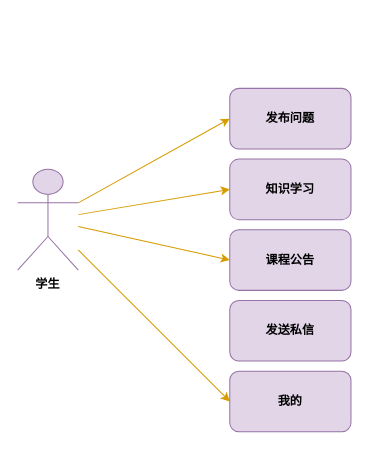
ov0-0vo/1 keeps this draw.io diagram as 学生用例.drawio. Above is the earlier version. Source tidied: cells renumbered, new cells numbered last; positions are measured from the earlier drawing's top-left corner, leaving out a move shared by most shapes. Both pictures are drawn from the tidied source at 101%, with x=0, y=0 at pixel (17, 88).
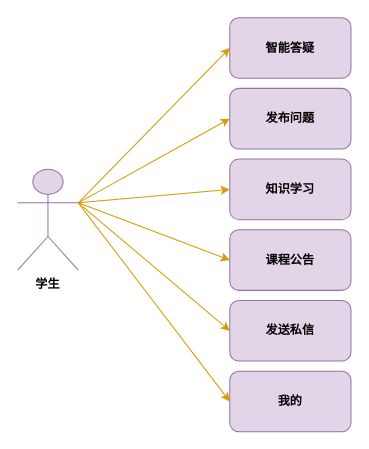
The same page after the edit.

Commit message:
更新学生用例.drawio

What changed in the source:
```diff
@@
 <mxGraphModel>
   <root>
     <mxCell id="0" />
     <mxCell id="1" parent="0" />
     <mxCell id="2" value="发布问题" style="rounded=1;whiteSpace=wrap;html=1;fillColor=#e1d5e7;strokeColor=#9673a6;fontFamily=Times New Roman;fontStyle=1;" parent="1" vertex="1">
       <mxGeometry x="210" width="120" height="60" as="geometry" />
     </mxCell>
     <mxCell id="3" style="rounded=0;jettySize=auto;html=1;entryX=0;entryY=0.5;entryDx=0;entryDy=0;fillColor=#ffe6cc;strokeColor=#D79B00;" parent="1" edge="1" source="7" target="2">
       <mxGeometry relative="1" as="geometry" />
     </mxCell>
-    <mxCell id="4" style="edgeStyle=none;shape=connector;rounded=0;jettySize=auto;html=1;entryX=0;entryY=0.5;entryDx=0;entryDy=0;labelBackgroundColor=default;strokeColor=#d79b00;fontFamily=Helvetica;fontSize=12;fontColor=default;endArrow=classic;fillColor=#ffe6cc;" parent="1" edge="1" source="7" target="8">
+    <mxCell id="4" style="edgeStyle=none;shape=connector;rounded=0;jettySize=auto;html=1;entryX=0;entryY=0.5;entryDx=0;entryDy=0;labelBackgroundColor=default;strokeColor=#d79b00;fontFamily=Helvetica;fontSize=12;fontColor=default;endArrow=classic;fillColor=#ffe6cc;exitX=1;exitY=0.3333333333333333;exitDx=0;exitDy=0;exitPerimeter=0;" parent="1" edge="1" source="7" target="8">
       <mxGeometry relative="1" as="geometry" />
     </mxCell>
-    <mxCell id="5" style="edgeStyle=none;shape=connector;rounded=0;jettySize=auto;html=1;labelBackgroundColor=default;strokeColor=#d79b00;fontFamily=Helvetica;fontSize=12;fontColor=default;endArrow=classic;fillColor=#ffe6cc;entryX=0;entryY=0.5;entryDx=0;entryDy=0;" parent="1" edge="1" source="7" target="9">
+    <mxCell id="5" style="edgeStyle=none;shape=connector;rounded=0;jettySize=auto;html=1;labelBackgroundColor=default;strokeColor=#d79b00;fontFamily=Helvetica;fontSize=12;fontColor=default;endArrow=classic;fillColor=#ffe6cc;entryX=0;entryY=0.5;entryDx=0;entryDy=0;exitX=1;exitY=0.3333333333333333;exitDx=0;exitDy=0;exitPerimeter=0;" parent="1" edge="1" source="7" target="9">
       <mxGeometry relative="1" as="geometry" />
     </mxCell>
-    <mxCell id="6" style="edgeStyle=none;shape=connector;rounded=0;jettySize=auto;html=1;entryX=0;entryY=0.5;entryDx=0;entryDy=0;labelBackgroundColor=default;strokeColor=#d79b00;fontFamily=Helvetica;fontSize=12;fontColor=default;endArrow=classic;fillColor=#ffe6cc;" parent="1" edge="1" source="7" target="10">
+    <mxCell id="6" style="edgeStyle=none;shape=connector;rounded=0;jettySize=auto;html=1;entryX=0;entryY=0.5;entryDx=0;entryDy=0;labelBackgroundColor=default;strokeColor=#d79b00;fontFamily=Helvetica;fontSize=12;fontColor=default;endArrow=classic;fillColor=#ffe6cc;exitX=1;exitY=0.3333333333333333;exitDx=0;exitDy=0;exitPerimeter=0;" parent="1" edge="1" source="7" target="10">
       <mxGeometry relative="1" as="geometry" />
     </mxCell>
+    <mxCell id="12" style="edgeStyle=none;shape=connector;rounded=0;jettySize=auto;html=1;exitX=1;exitY=0.3333333333333333;exitDx=0;exitDy=0;exitPerimeter=0;entryX=0;entryY=0.5;entryDx=0;entryDy=0;labelBackgroundColor=default;strokeColor=#d79b00;fontFamily=Helvetica;fontSize=12;fontColor=default;endArrow=classic;fillColor=#ffe6cc;" parent="1" edge="1" source="7" target="14">
+      <mxGeometry relative="1" as="geometry" />
+    </mxCell>
+    <mxCell id="13" style="edgeStyle=none;shape=connector;rounded=0;jettySize=auto;html=1;exitX=1;exitY=0.3333333333333333;exitDx=0;exitDy=0;exitPerimeter=0;entryX=0;entryY=0.5;entryDx=0;entryDy=0;labelBackgroundColor=default;strokeColor=#d79b00;fontFamily=Helvetica;fontSize=12;fontColor=default;endArrow=classic;fillColor=#ffe6cc;" parent="1" edge="1" source="7" target="11">
+      <mxGeometry relative="1" as="geometry" />
+    </mxCell>
     <mxCell id="7" value="学生" style="shape=umlActor;verticalLabelPosition=bottom;verticalAlign=top;outlineConnect=0;labelBackgroundColor=none;fillColor=#e1d5e7;strokeColor=#9673a6;fontStyle=1;strokeWidth=1;" parent="1" vertex="1">
       <mxGeometry y="80" width="60" height="100" as="geometry" />
     </mxCell>
     <mxCell id="8" value="知识学习" style="rounded=1;whiteSpace=wrap;html=1;fillColor=#e1d5e7;strokeColor=#9673a6;fontFamily=Times New Roman;fontStyle=1;" parent="1" vertex="1">
       <mxGeometry x="210" y="70" width="120" height="60" as="geometry" />
     </mxCell>
     <mxCell id="9" value="课程公告" style="rounded=1;whiteSpace=wrap;html=1;fillColor=#e1d5e7;strokeColor=#9673a6;fontFamily=Times New Roman;fontStyle=1;" parent="1" vertex="1">
       <mxGeometry x="210" y="140" width="120" height="60" as="geometry" />
     </mxCell>
     <mxCell id="10" value="我的" style="rounded=1;whiteSpace=wrap;html=1;fillColor=#e1d5e7;strokeColor=#9673a6;fontFamily=Times New Roman;fontStyle=1;" parent="1" vertex="1">
       <mxGeometry x="210" y="280" width="120" height="60" as="geometry" />
     </mxCell>
     <mxCell id="11" value="发送私信" style="rounded=1;whiteSpace=wrap;html=1;fillColor=#e1d5e7;strokeColor=#9673a6;fontFamily=Times New Roman;fontStyle=1;" parent="1" vertex="1">
       <mxGeometry x="210" y="210" width="120" height="60" as="geometry" />
     </mxCell>
+    <mxCell id="14" value="智能答疑" style="rounded=1;whiteSpace=wrap;html=1;fillColor=#e1d5e7;strokeColor=#9673a6;fontFamily=Times New Roman;fontStyle=1;" parent="1" vertex="1">
+      <mxGeometry x="210" y="-70" width="120" height="60" as="geometry" />
+    </mxCell>
   </root>
 </mxGraphModel>
```
